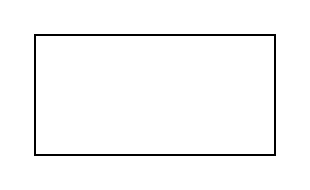
Earlier version of the draw.io diagram Finance.drawio (Debora-Tampubolon/Finance-). Source tidied: cells renumbered, new cells numbered last; positions are measured from the earlier drawing's top-left corner, leaving out a move shared by most shapes. Both pictures are drawn from the tidied source at 200%, with x=0, y=0 at pixel (34, 34).
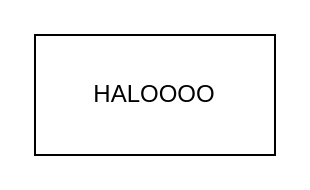
Above is the later version.

Change to the diagram source:
```diff
@@
 <mxGraphModel>
   <root>
     <mxCell id="0" />
     <mxCell id="1" parent="0" />
-    <mxCell id="2" style="rounded=0;whiteSpace=wrap;html=1;" parent="1" vertex="1">
+    <mxCell id="2" value="HALOOOO" style="rounded=0;whiteSpace=wrap;html=1;" parent="1" vertex="1">
       <mxGeometry width="120" height="60" as="geometry" />
     </mxCell>
   </root>
 </mxGraphModel>
```
